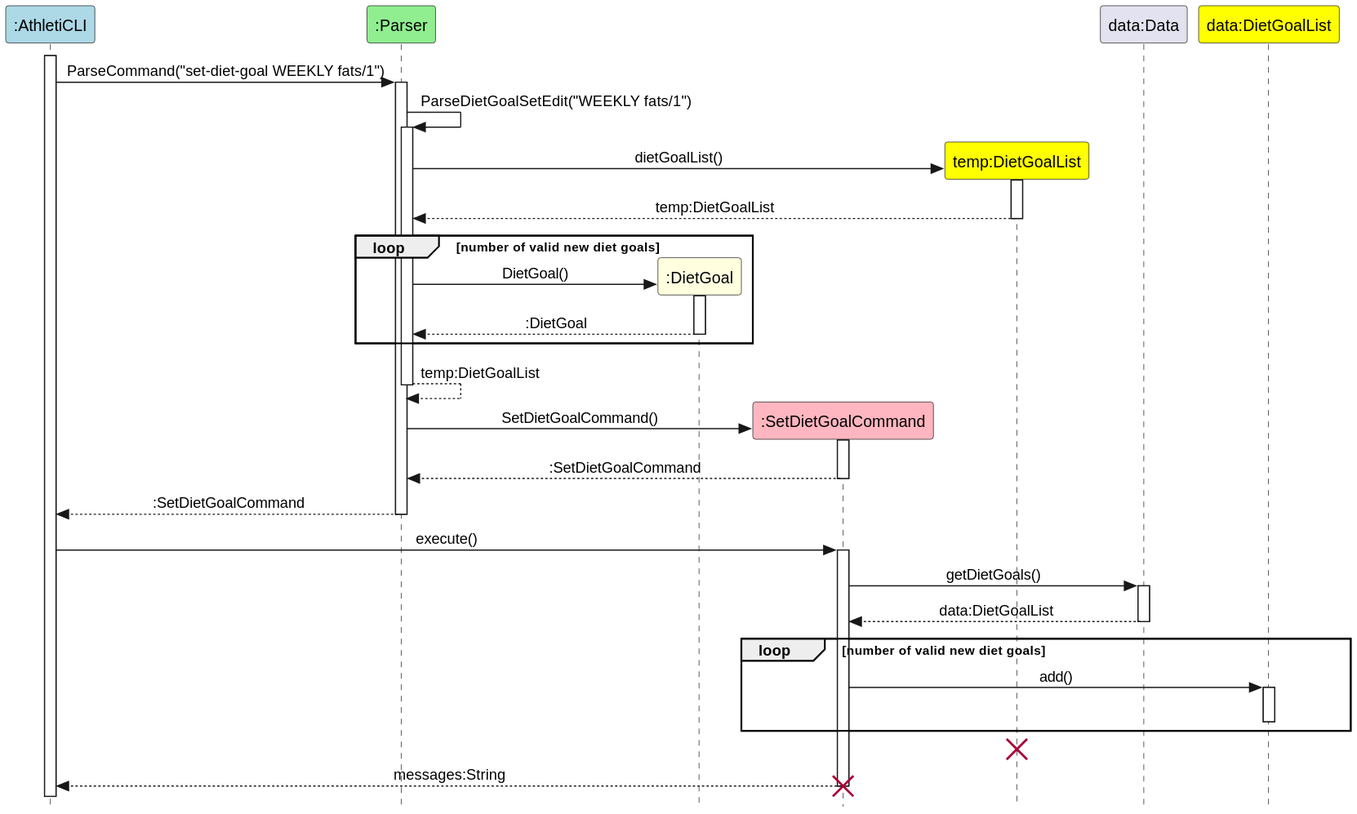
The PlantUML diagram docs/images/DietGoalsSequenceDiagram.svg in AY2324S1-CS2113-T17-1/tp, before a commit.
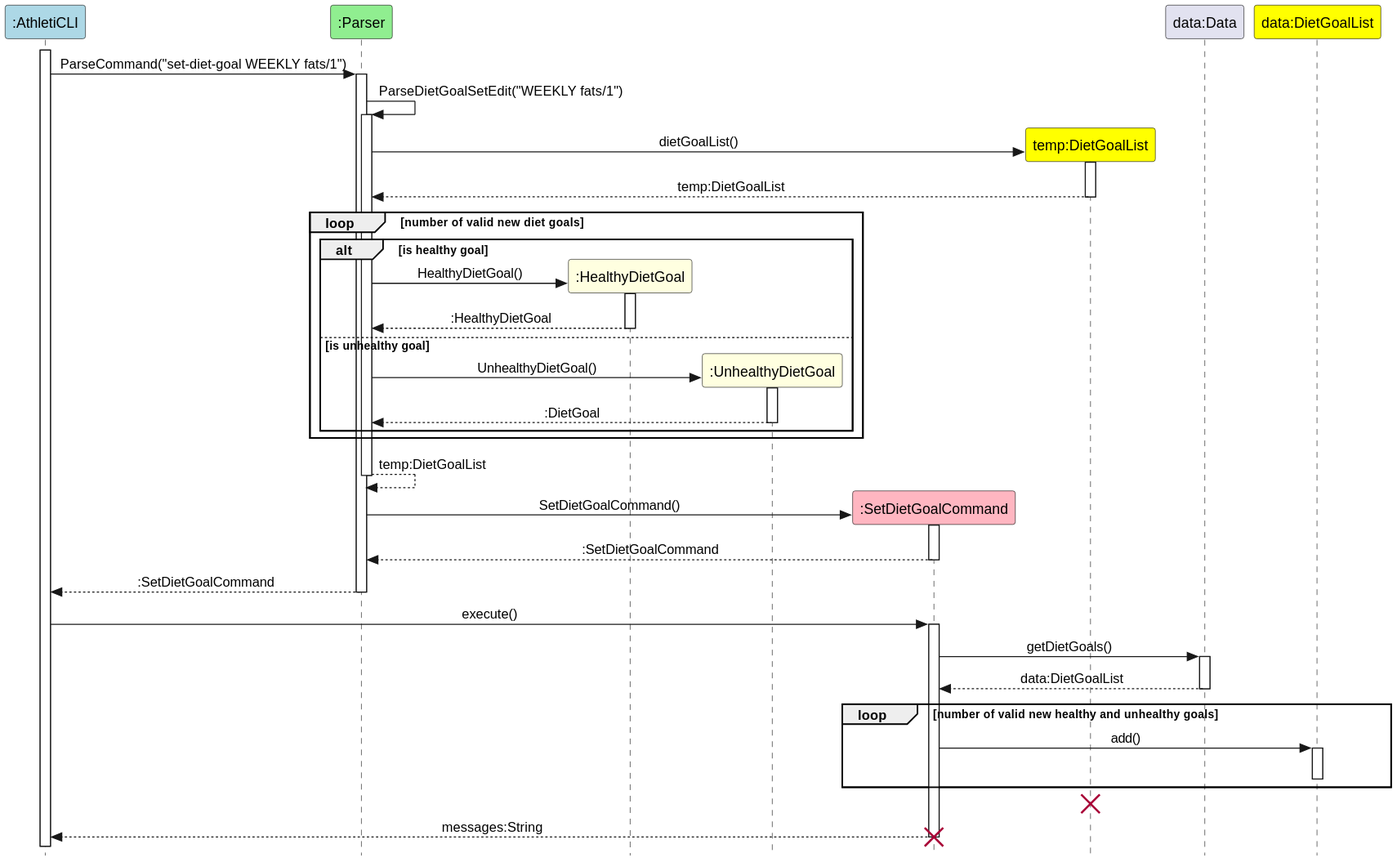
After the change.

Commit message:
Update diet goal sequence diagram

Diff of the diagram source:
```diff
@@ -3,7 +3,8 @@
 skinparam SequenceMessageAlignment center
 participant ":AthletiCLI" as AthletiCLI #lightblue
 participant ":Parser" as Parser #lightgreen
-participant ":DietGoal" as dietGoal #lightyellow
+participant ":HealthyDietGoal" as healthyDietGoal #lightyellow
+participant ":UnhealthyDietGoal" as unhealthyDietGoal #lightyellow
 participant ":SetDietGoalCommand" as SetDietGoalCommand #lightpink
 participant "temp:DietGoalList" as tempDietGoalList #yellow
 participant "data:Data" as dataData
@@ -18,9 +19,15 @@
 tempDietGoalList --> Parser-- : temp:DietGoalList
 
     loop number of valid new diet goals
-    create dietGoal
-    Parser -> dietGoal++ : DietGoal()
-    dietGoal --> Parser-- : :DietGoal
+        alt is healthy goal
+            create healthyDietGoal
+            Parser -> healthyDietGoal++ : HealthyDietGoal()
+            healthyDietGoal --> Parser-- : :HealthyDietGoal
+        else is unhealthy goal
+        create unhealthyDietGoal
+        Parser -> unhealthyDietGoal++ : UnhealthyDietGoal()
+        unhealthyDietGoal --> Parser-- : :DietGoal
+        end
     end
 
 Parser --> Parser-- : temp:DietGoalList
@@ -32,7 +39,7 @@
 SetDietGoalCommand -> dataData++ : getDietGoals()
 dataData --> SetDietGoalCommand-- : data:DietGoalList
 
-    loop number of valid new diet goals
+    loop number of valid new healthy and unhealthy goals
     SetDietGoalCommand -> dataDietGoalList++ : add()
 
    dataDietGoalList --
```
